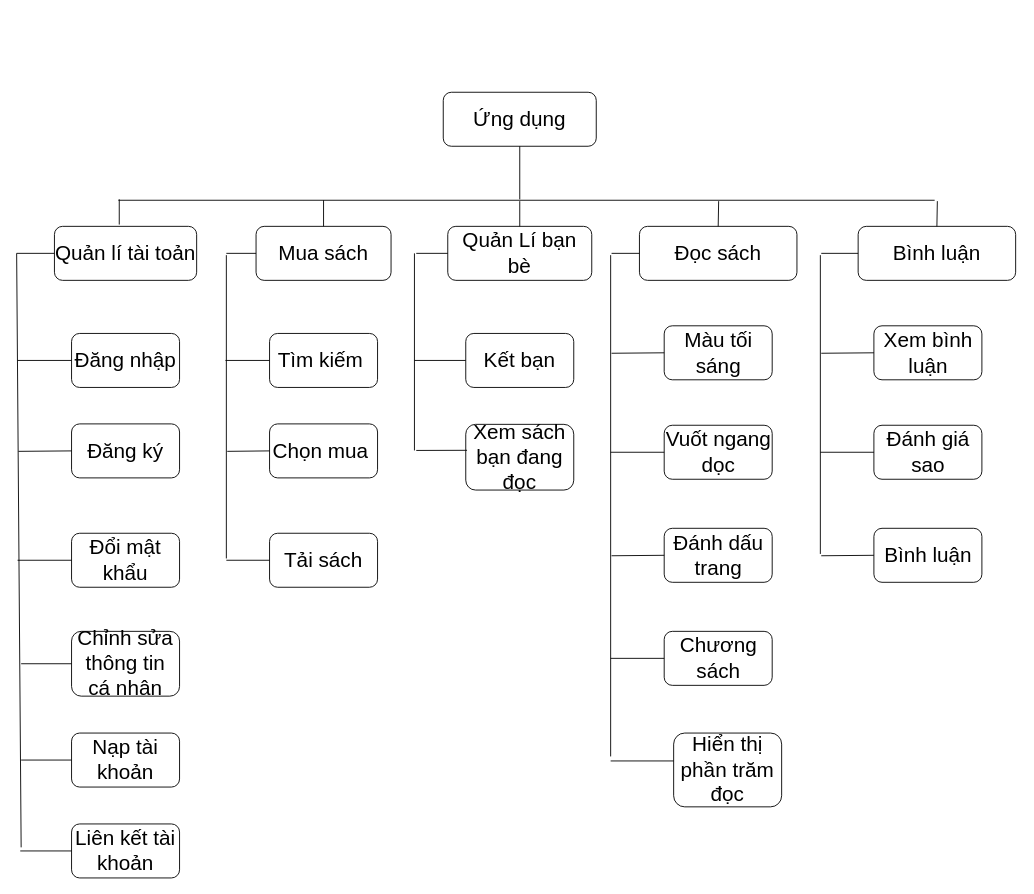
ThanhQvanVnnn/BookAppFireBase keeps this draw.io diagram as luận văn tốt nghiệp/cuonbaocao/cac so do/thanh phantacnhan-chuong 4/Sơdo/Sodochucnang.drawio. Above is the earlier version. Source tidied: cells renumbered, new cells numbered last; positions are measured from the earlier drawing's top-left corner, leaving out a move shared by most shapes. Both pictures are drawn from the tidied source at 90%, with x=0, y=0 at pixel (16, 92).
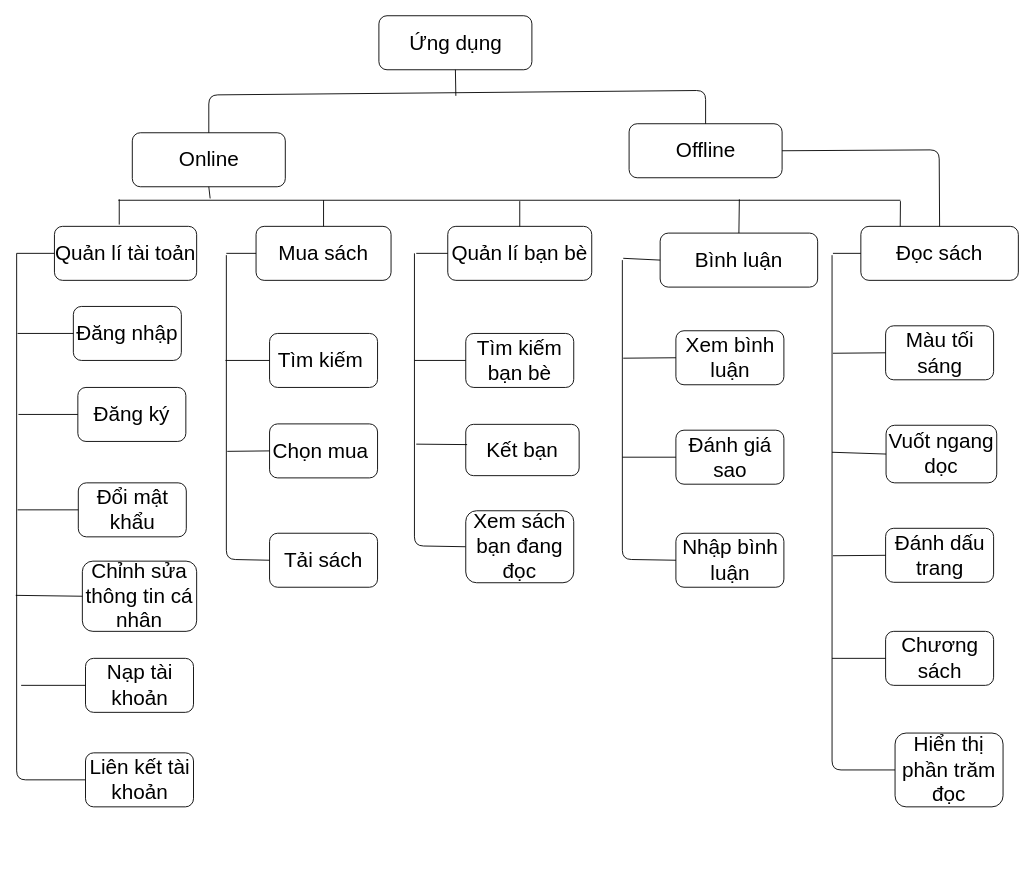
The same diagram, later.

The change refers to these unchanged cells:
```xml
<mxCell id="27" value="Tải sách" style="rounded=1;whiteSpace=wrap;html=1;fontSize=23;" parent="1" vertex="1">
  <mxGeometry x="281" y="490" width="120" height="60" as="geometry" />
</mxCell>
```

What changed in the source:
```diff
@@
-    <mxCell id="2" value="Ứng dụng" style="rounded=1;whiteSpace=wrap;html=1;fontSize=23;" parent="1" vertex="1">
-      <mxGeometry x="474" width="170" height="60" as="geometry" />
+    <mxCell id="2" value="Online" style="rounded=1;whiteSpace=wrap;html=1;fontSize=23;" parent="1" vertex="1">
+      <mxGeometry x="128.5" y="45" width="170" height="60" as="geometry" />
     </mxCell>
@@
-    <mxCell id="5" value="Quản Lí bạn bè" style="rounded=1;whiteSpace=wrap;html=1;fontSize=23;" parent="1" vertex="1">
+    <mxCell id="5" value="Quản lí bạn bè" style="rounded=1;whiteSpace=wrap;html=1;fontSize=23;" parent="1" vertex="1">
       <mxGeometry x="479" y="149" width="160" height="60" as="geometry" />
     </mxCell>
     <mxCell id="6" value="Đọc sách" style="rounded=1;whiteSpace=wrap;html=1;fontSize=23;" parent="1" vertex="1">
-      <mxGeometry x="692" y="149" width="175" height="60" as="geometry" />
+      <mxGeometry x="938" y="149" width="175" height="60" as="geometry" />
     </mxCell>
     <mxCell id="7" value="Đăng nhập" style="rounded=1;whiteSpace=wrap;html=1;fontSize=23;" parent="1" vertex="1">
-      <mxGeometry x="61" y="268" width="120" height="60" as="geometry" />
+      <mxGeometry x="63" y="238" width="120" height="60" as="geometry" />
     </mxCell>
     <mxCell id="8" value="Đăng ký" style="rounded=1;whiteSpace=wrap;html=1;fontSize=23;" parent="1" vertex="1">
-      <mxGeometry x="61" y="368.5" width="120" height="60" as="geometry" />
+      <mxGeometry x="68" y="328" width="120" height="60" as="geometry" />
     </mxCell>
     <mxCell id="9" value="Đổi mật khẩu" style="rounded=1;whiteSpace=wrap;html=1;fontSize=23;" parent="1" vertex="1">
-      <mxGeometry x="61" y="490" width="120" height="60" as="geometry" />
+      <mxGeometry x="68.5" y="434" width="120" height="60" as="geometry" />
     </mxCell>
     <mxCell id="10" value="Chỉnh sửa thông tin cá nhân" style="rounded=1;whiteSpace=wrap;html=1;fontSize=23;" parent="1" vertex="1">
-      <mxGeometry x="61" y="599" width="120" height="72" as="geometry" />
+      <mxGeometry x="73" y="521" width="127" height="78" as="geometry" />
     </mxCell>
     <mxCell id="11" value="Nạp tài khoản" style="rounded=1;whiteSpace=wrap;html=1;fontSize=23;" parent="1" vertex="1">
-      <mxGeometry x="61" y="712" width="120" height="60" as="geometry" />
+      <mxGeometry x="76.5" y="629" width="120" height="60" as="geometry" />
     </mxCell>
-    <mxCell id="12" style="endArrow=none;html=1;fontSize=23;" parent="1" edge="1">
+    <mxCell id="12" style="endArrow=none;html=1;fontSize=23;exitX=0;exitY=0.5;exitDx=0;exitDy=0;" parent="1" edge="1" source="61">
       <mxGeometry relative="1" as="geometry">
-        <mxPoint x="5" y="839" as="sourcePoint" />
         <mxPoint y="179" as="targetPoint" />
+        <Array as="points">
+          <mxPoint y="764" />
+        </Array>
       </mxGeometry>
     </mxCell>
@@
     <mxCell id="14" style="endArrow=none;html=1;fontSize=23;entryX=0;entryY=0.5;entryDx=0;entryDy=0;" parent="1" edge="1" target="11">
       <mxGeometry relative="1" as="geometry">
-        <mxPoint x="5" y="742" as="sourcePoint" />
+        <mxPoint x="5" y="659" as="sourcePoint" />
       </mxGeometry>
     </mxCell>
     <mxCell id="15" style="endArrow=none;html=1;fontSize=23;entryX=0;entryY=0.5;entryDx=0;entryDy=0;" parent="1" edge="1" target="10">
       <mxGeometry relative="1" as="geometry">
-        <mxPoint x="5" y="635" as="sourcePoint" />
+        <mxPoint x="-1" y="559" as="sourcePoint" />
       </mxGeometry>
     </mxCell>
     <mxCell id="16" style="endArrow=none;html=1;fontSize=23;entryX=0;entryY=0.5;entryDx=0;entryDy=0;" parent="1" edge="1" target="9">
       <mxGeometry relative="1" as="geometry">
-        <mxPoint x="1" y="520" as="sourcePoint" />
+        <mxPoint x="1" y="464" as="sourcePoint" />
       </mxGeometry>
     </mxCell>
     <mxCell id="17" style="endArrow=none;html=1;fontSize=23;entryX=0;entryY=0.5;entryDx=0;entryDy=0;" parent="1" edge="1" target="8">
       <mxGeometry relative="1" as="geometry">
-        <mxPoint x="2" y="399" as="sourcePoint" />
+        <mxPoint x="2" y="358" as="sourcePoint" />
       </mxGeometry>
     </mxCell>
     <mxCell id="18" style="endArrow=none;html=1;fontSize=23;entryX=0;entryY=0.5;entryDx=0;entryDy=0;" parent="1" edge="1" target="7">
       <mxGeometry relative="1" as="geometry">
-        <mxPoint x="1" y="298" as="sourcePoint" />
+        <mxPoint x="1" y="268" as="sourcePoint" />
       </mxGeometry>
     </mxCell>
     <mxCell id="19" style="endArrow=none;html=1;fontSize=23;" parent="1" edge="1">
       <mxGeometry relative="1" as="geometry">
         <mxPoint x="113" y="120" as="sourcePoint" />
-        <mxPoint x="1020" y="120" as="targetPoint" />
+        <mxPoint x="982" y="120" as="targetPoint" />
       </mxGeometry>
     </mxCell>
@@
     <mxCell id="21" style="endArrow=none;html=1;fontSize=23;entryX=0.5;entryY=1;entryDx=0;entryDy=0;" parent="1" edge="1" target="2">
       <mxGeometry relative="1" as="geometry">
-        <mxPoint x="559" y="119" as="sourcePoint" />
+        <mxPoint x="215" y="118" as="sourcePoint" />
       </mxGeometry>
     </mxCell>
@@
-    <mxCell id="24" style="endArrow=none;html=1;fontSize=23;exitX=0.5;exitY=0;exitDx=0;exitDy=0;" parent="1" edge="1" source="6">
+    <mxCell id="24" style="endArrow=none;html=1;fontSize=23;exitX=0.25;exitY=0;exitDx=0;exitDy=0;" parent="1" edge="1" source="6">
       <mxGeometry relative="1" as="geometry">
-        <mxPoint x="780" y="121" as="targetPoint" />
+        <mxPoint x="982" y="121" as="targetPoint" />
       </mxGeometry>
     </mxCell>
@@
-    <mxCell id="28" style="endArrow=none;html=1;fontSize=23;" parent="1" edge="1">
+    <mxCell id="28" style="endArrow=none;html=1;fontSize=23;exitX=0;exitY=0.5;exitDx=0;exitDy=0;" parent="1" edge="1" source="27">
       <mxGeometry relative="1" as="geometry">
-        <mxPoint x="233" y="518" as="sourcePoint" />
         <mxPoint x="233" y="181" as="targetPoint" />
+        <Array as="points">
+          <mxPoint x="233" y="519" />
+        </Array>
       </mxGeometry>
     </mxCell>
@@
-    <mxCell id="32" style="endArrow=none;html=1;fontSize=23;entryX=0;entryY=0.5;entryDx=0;entryDy=0;" parent="1" edge="1" target="27">
-      <mxGeometry relative="1" as="geometry">
-        <mxPoint x="233" y="520" as="sourcePoint" />
-      </mxGeometry>
-    </mxCell>
     <mxCell id="33" value="Màu tối sáng" style="rounded=1;whiteSpace=wrap;html=1;fontSize=23;" parent="1" vertex="1">
-      <mxGeometry x="719.5" y="259.5" width="120" height="60" as="geometry" />
+      <mxGeometry x="965.5" y="259.5" width="120" height="60" as="geometry" />
     </mxCell>
     <mxCell id="34" value="Vuốt ngang dọc" style="rounded=1;whiteSpace=wrap;html=1;fontSize=23;" parent="1" vertex="1">
-      <mxGeometry x="719.5" y="370" width="120" height="60" as="geometry" />
+      <mxGeometry x="966" y="370" width="123" height="64" as="geometry" />
     </mxCell>
     <mxCell id="35" value="Đánh dấu trang" style="rounded=1;whiteSpace=wrap;html=1;fontSize=23;" parent="1" vertex="1">
-      <mxGeometry x="719.5" y="484.5" width="120" height="60" as="geometry" />
+      <mxGeometry x="965.5" y="484.5" width="120" height="60" as="geometry" />
     </mxCell>
     <mxCell id="36" value="Chương sách" style="rounded=1;whiteSpace=wrap;html=1;fontSize=23;" parent="1" vertex="1">
-      <mxGeometry x="719.5" y="599" width="120" height="60" as="geometry" />
+      <mxGeometry x="965.5" y="599" width="120" height="60" as="geometry" />
     </mxCell>
-    <mxCell id="37" value="Kết bạn" style="rounded=1;whiteSpace=wrap;html=1;fontSize=23;" parent="1" vertex="1">
+    <mxCell id="37" value="Tìm kiếm bạn bè" style="rounded=1;whiteSpace=wrap;html=1;fontSize=23;" parent="1" vertex="1">
       <mxGeometry x="499" y="268" width="120" height="60" as="geometry" />
     </mxCell>
-    <mxCell id="38" value="Xem sách bạn đang đọc" style="rounded=1;whiteSpace=wrap;html=1;fontSize=23;" parent="1" vertex="1">
-      <mxGeometry x="499" y="369" width="120" height="73" as="geometry" />
+    <mxCell id="38" value="Kết bạn" style="rounded=1;whiteSpace=wrap;html=1;fontSize=23;" parent="1" vertex="1">
+      <mxGeometry x="499" y="369" width="126" height="57" as="geometry" />
     </mxCell>
-    <mxCell id="39" style="endArrow=none;html=1;fontSize=23;" parent="1" edge="1">
+    <mxCell id="39" style="endArrow=none;html=1;fontSize=23;exitX=0;exitY=0.5;exitDx=0;exitDy=0;" parent="1" edge="1" source="49">
       <mxGeometry relative="1" as="geometry">
-        <mxPoint x="660" y="738" as="sourcePoint" />
-        <mxPoint x="660" y="181" as="targetPoint" />
+        <mxPoint x="906" y="181" as="targetPoint" />
+        <Array as="points">
+          <mxPoint x="906" y="753" />
+        </Array>
       </mxGeometry>
     </mxCell>
     <mxCell id="40" style="endArrow=none;html=1;fontSize=23;entryX=0;entryY=0.5;entryDx=0;entryDy=0;" parent="1" edge="1" target="6">
       <mxGeometry relative="1" as="geometry">
-        <mxPoint x="661" y="179" as="sourcePoint" />
+        <mxPoint x="907" y="179" as="sourcePoint" />
       </mxGeometry>
     </mxCell>
     <mxCell id="41" style="endArrow=none;html=1;fontSize=23;entryX=0;entryY=0.5;entryDx=0;entryDy=0;" parent="1" edge="1" target="33">
       <mxGeometry relative="1" as="geometry">
-        <mxPoint x="661" y="290" as="sourcePoint" />
+        <mxPoint x="907" y="290" as="sourcePoint" />
       </mxGeometry>
     </mxCell>
     <mxCell id="42" style="endArrow=none;html=1;fontSize=23;entryX=0;entryY=0.5;entryDx=0;entryDy=0;" parent="1" edge="1" target="34">
       <mxGeometry relative="1" as="geometry">
-        <mxPoint x="660" y="400" as="sourcePoint" />
+        <mxPoint x="906" y="400" as="sourcePoint" />
       </mxGeometry>
     </mxCell>
     <mxCell id="43" style="endArrow=none;html=1;fontSize=23;entryX=0;entryY=0.5;entryDx=0;entryDy=0;" parent="1" edge="1" target="35">
       <mxGeometry relative="1" as="geometry">
-        <mxPoint x="661" y="515" as="sourcePoint" />
+        <mxPoint x="907" y="515" as="sourcePoint" />
       </mxGeometry>
     </mxCell>
     <mxCell id="44" style="endArrow=none;html=1;fontSize=23;entryX=0;entryY=0.5;entryDx=0;entryDy=0;" parent="1" edge="1" target="36">
       <mxGeometry relative="1" as="geometry">
-        <mxPoint x="660" y="629" as="sourcePoint" />
+        <mxPoint x="906" y="629" as="sourcePoint" />
       </mxGeometry>
     </mxCell>
-    <mxCell id="45" style="endArrow=none;html=1;fontSize=23;" parent="1" edge="1">
+    <mxCell id="45" style="endArrow=none;html=1;fontSize=23;exitX=0;exitY=0.5;exitDx=0;exitDy=0;" parent="1" edge="1" source="68">
       <mxGeometry relative="1" as="geometry">
-        <mxPoint x="442" y="398" as="sourcePoint" />
         <mxPoint x="442" y="179" as="targetPoint" />
+        <Array as="points">
+          <mxPoint x="442" y="504" />
+        </Array>
       </mxGeometry>
     </mxCell>
@@
     <mxCell id="48" style="endArrow=none;html=1;fontSize=23;entryX=0.012;entryY=0.395;entryDx=0;entryDy=0;entryPerimeter=0;" parent="1" edge="1" target="38">
       <mxGeometry relative="1" as="geometry">
-        <mxPoint x="444" y="398" as="sourcePoint" />
+        <mxPoint x="444" y="391" as="sourcePoint" />
       </mxGeometry>
     </mxCell>
     <mxCell id="49" value="Hiển thị phần trăm đọc" style="rounded=1;whiteSpace=wrap;html=1;fontSize=23;" parent="1" vertex="1">
-      <mxGeometry x="730" y="712" width="120" height="82" as="geometry" />
+      <mxGeometry x="976" y="712" width="120" height="82" as="geometry" />
     </mxCell>
-    <mxCell id="50" style="endArrow=none;html=1;fontSize=23;" parent="1" edge="1">
-      <mxGeometry relative="1" as="geometry">
-        <mxPoint x="660" y="743" as="sourcePoint" />
-        <mxPoint x="730" y="743" as="targetPoint" />
-      </mxGeometry>
-    </mxCell>
     <mxCell id="51" value="Bình luận" style="rounded=1;whiteSpace=wrap;html=1;fontSize=23;" parent="1" vertex="1">
-      <mxGeometry x="935" y="149" width="175" height="60" as="geometry" />
+      <mxGeometry x="715" y="156.5" width="175" height="60" as="geometry" />
     </mxCell>
     <mxCell id="52" style="endArrow=none;html=1;fontSize=23;exitX=0.5;exitY=0;exitDx=0;exitDy=0;" parent="1" edge="1" source="51">
       <mxGeometry relative="1" as="geometry">
-        <mxPoint x="1023" y="121" as="targetPoint" />
+        <mxPoint x="803" y="119" as="targetPoint" />
       </mxGeometry>
     </mxCell>
     <mxCell id="53" value="Xem bình luận" style="rounded=1;whiteSpace=wrap;html=1;fontSize=23;" parent="1" vertex="1">
-      <mxGeometry x="952.5" y="259.5" width="120" height="60" as="geometry" />
+      <mxGeometry x="732.5" y="265" width="120" height="60" as="geometry" />
     </mxCell>
     <mxCell id="54" value="Đánh giá sao" style="rounded=1;whiteSpace=wrap;html=1;fontSize=23;" parent="1" vertex="1">
-      <mxGeometry x="952.5" y="370" width="120" height="60" as="geometry" />
+      <mxGeometry x="732.5" y="375.5" width="120" height="60" as="geometry" />
     </mxCell>
-    <mxCell id="55" value="Bình luận" style="rounded=1;whiteSpace=wrap;html=1;fontSize=23;" parent="1" vertex="1">
-      <mxGeometry x="952.5" y="484.5" width="120" height="60" as="geometry" />
+    <mxCell id="55" value="Nhập bình luận" style="rounded=1;whiteSpace=wrap;html=1;fontSize=23;" parent="1" vertex="1">
+      <mxGeometry x="732.5" y="490" width="120" height="60" as="geometry" />
     </mxCell>
-    <mxCell id="56" style="endArrow=none;html=1;fontSize=23;" parent="1" edge="1">
+    <mxCell id="56" style="endArrow=none;html=1;fontSize=23;exitX=0;exitY=0.5;exitDx=0;exitDy=0;" parent="1" edge="1" source="55">
       <mxGeometry relative="1" as="geometry">
-        <mxPoint x="893" y="513" as="sourcePoint" />
-        <mxPoint x="893" y="181" as="targetPoint" />
+        <mxPoint x="673" y="186.5" as="targetPoint" />
+        <Array as="points">
+          <mxPoint x="673" y="519" />
+        </Array>
       </mxGeometry>
     </mxCell>
     <mxCell id="57" style="endArrow=none;html=1;fontSize=23;entryX=0;entryY=0.5;entryDx=0;entryDy=0;" parent="1" edge="1" target="51">
       <mxGeometry relative="1" as="geometry">
-        <mxPoint x="894" y="179" as="sourcePoint" />
+        <mxPoint x="674" y="184.5" as="sourcePoint" />
       </mxGeometry>
     </mxCell>
     <mxCell id="58" style="endArrow=none;html=1;fontSize=23;entryX=0;entryY=0.5;entryDx=0;entryDy=0;" parent="1" edge="1" target="53">
       <mxGeometry relative="1" as="geometry">
-        <mxPoint x="894" y="290" as="sourcePoint" />
+        <mxPoint x="674" y="295.5" as="sourcePoint" />
       </mxGeometry>
     </mxCell>
     <mxCell id="59" style="endArrow=none;html=1;fontSize=23;entryX=0;entryY=0.5;entryDx=0;entryDy=0;" parent="1" edge="1" target="54">
       <mxGeometry relative="1" as="geometry">
-        <mxPoint x="893" y="400" as="sourcePoint" />
+        <mxPoint x="673" y="405.5" as="sourcePoint" />
       </mxGeometry>
     </mxCell>
-    <mxCell id="60" style="endArrow=none;html=1;fontSize=23;entryX=0;entryY=0.5;entryDx=0;entryDy=0;" parent="1" edge="1" target="55">
-      <mxGeometry relative="1" as="geometry">
-        <mxPoint x="894" y="515" as="sourcePoint" />
-      </mxGeometry>
-    </mxCell>
     <mxCell id="61" value="Liên kết tài khoản" style="rounded=1;whiteSpace=wrap;html=1;fontSize=23;" parent="1" vertex="1">
-      <mxGeometry x="61" y="813" width="120" height="60" as="geometry" />
+      <mxGeometry x="76.5" y="734" width="120" height="60" as="geometry" />
     </mxCell>
-    <mxCell id="62" style="endArrow=none;html=1;entryX=0;entryY=0.5;entryDx=0;entryDy=0;fontSize=23;" parent="1" edge="1" target="61">
-      <mxGeometry relative="1" as="geometry">
-        <mxPoint x="4" y="843" as="sourcePoint" />
-      </mxGeometry>
-    </mxCell>
+    <mxCell id="63" value="Offline" style="rounded=1;whiteSpace=wrap;html=1;fontSize=23;" parent="1" vertex="1">
+      <mxGeometry x="680.5" y="35" width="170" height="60" as="geometry" />
+    </mxCell>
+    <mxCell id="64" value="Ứng dụng" style="rounded=1;whiteSpace=wrap;html=1;fontSize=23;" parent="1" vertex="1">
+      <mxGeometry x="402.5" y="-85" width="170" height="60" as="geometry" />
+    </mxCell>
+    <mxCell id="65" style="endArrow=none;html=1;exitX=0.5;exitY=0;exitDx=0;exitDy=0;entryX=0.5;entryY=0;entryDx=0;entryDy=0;" parent="1" edge="1" source="2" target="63">
+      <mxGeometry relative="1" as="geometry">
+        <Array as="points">
+          <mxPoint x="213.5" y="3" />
+          <mxPoint x="765.5" y="-2" />
+        </Array>
+      </mxGeometry>
+    </mxCell>
+    <mxCell id="66" style="endArrow=none;html=1;exitX=0.5;exitY=1;exitDx=0;exitDy=0;" parent="1" edge="1" source="64">
+      <mxGeometry relative="1" as="geometry">
+        <mxPoint x="488" y="4" as="targetPoint" />
+      </mxGeometry>
+    </mxCell>
+    <mxCell id="67" style="endArrow=none;html=1;exitX=1;exitY=0.5;exitDx=0;exitDy=0;entryX=0.5;entryY=0;entryDx=0;entryDy=0;" parent="1" edge="1" source="63" target="6">
+      <mxGeometry relative="1" as="geometry">
+        <Array as="points">
+          <mxPoint x="1025" y="64" />
+        </Array>
+      </mxGeometry>
+    </mxCell>
+    <mxCell id="68" value="Xem sách bạn đang đọc" style="rounded=1;whiteSpace=wrap;html=1;fontSize=23;" parent="1" vertex="1">
+      <mxGeometry x="499" y="465" width="120" height="80" as="geometry" />
+    </mxCell>
```
